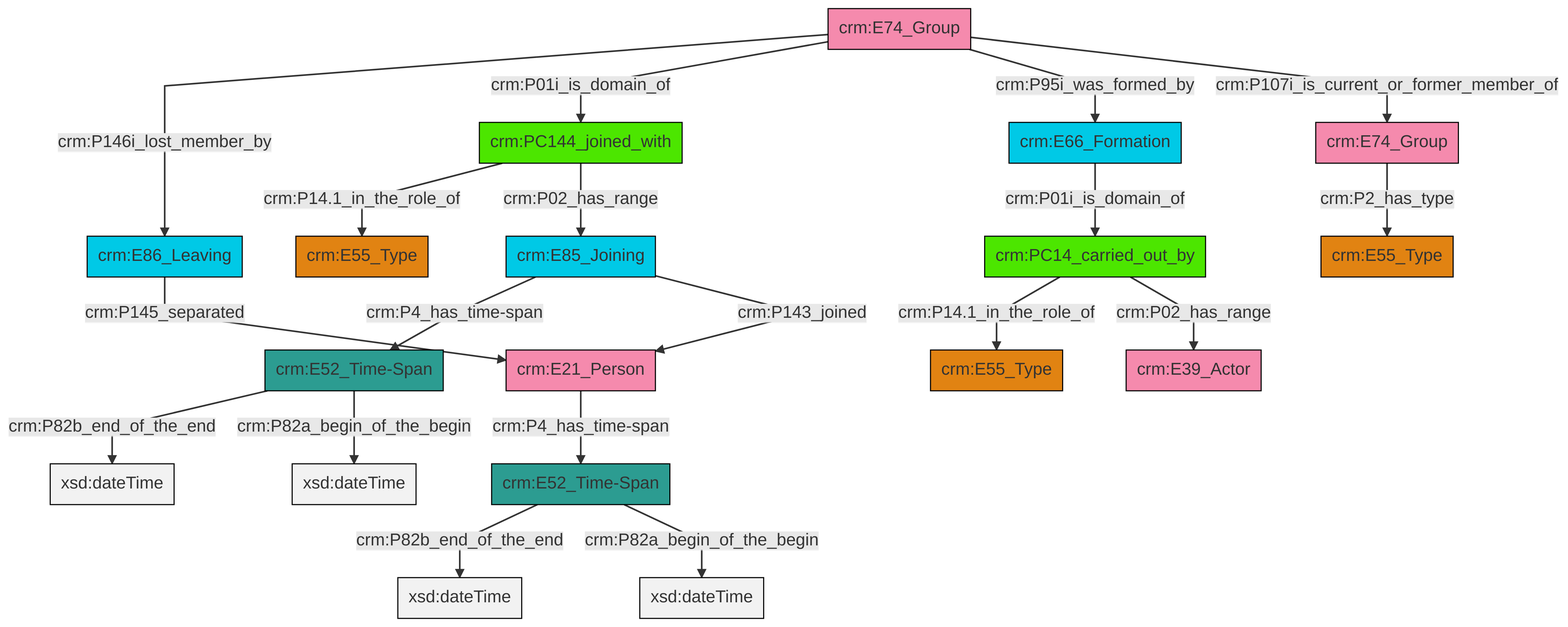
swiss-art-research-net/docs.swissartresearch keeps this Mermaid diagram as et/groupCSV/ttl/mmd/png/group_actor_relations.png. Above is the earlier version. Its source is kept beside it as et/groupCSV/ttl/mmd/group_actor_relations.ttl.mmd.
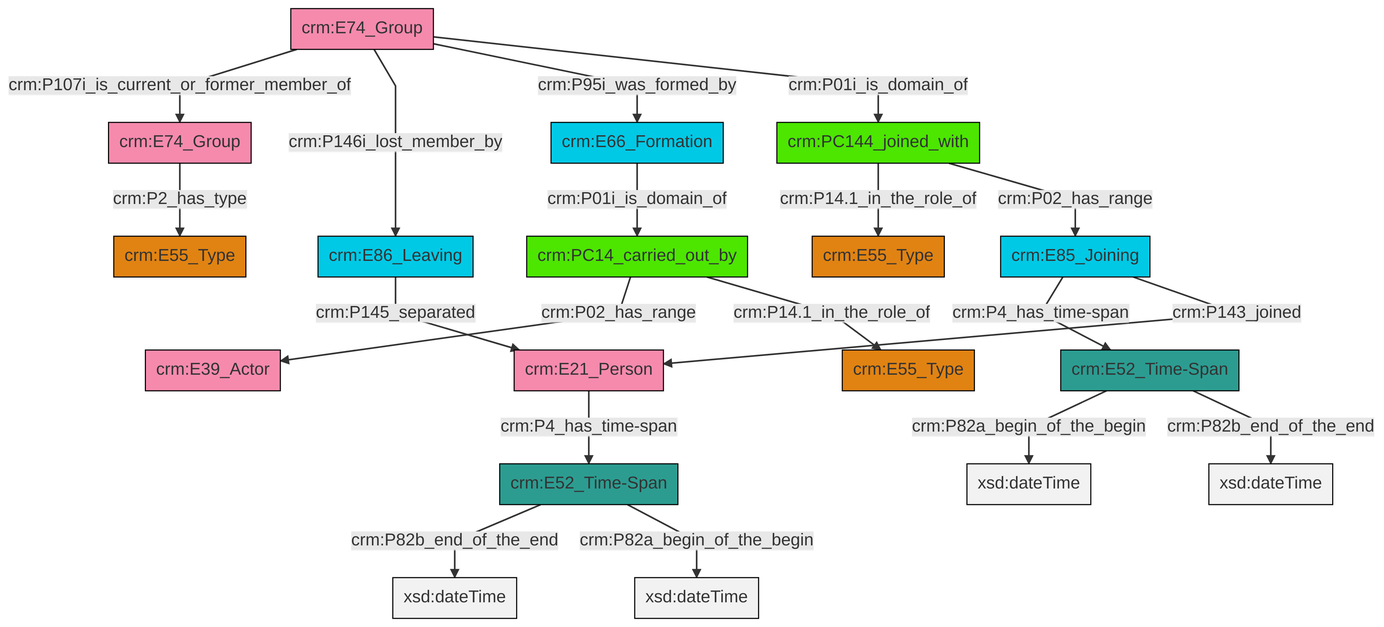
Later version of the same file.

The edit, as a diff of the source:
```diff
@@ -13,21 +13,21 @@
 classDef PC_Classes fill:#4ce600, stroke:#000000;
 classDef Multi fill:#cccccc,stroke:#000000;
 
-2["crm:E52_Time-Span"]:::Time-Span -->|crm:P82b_end_of_the_end| 3[xsd:dateTime]:::Literal
-4["crm:E86_Leaving"]:::Temporal_Entity -->|crm:P145_separated| 5["crm:E21_Person"]:::Actor
-10["crm:E66_Formation"]:::Temporal_Entity -->|crm:P01i_is_domain_of| 8["crm:PC14_carried_out_by"]:::PC_Classes
-8["crm:PC14_carried_out_by"]:::PC_Classes -->|crm:P14.1_in_the_role_of| 11["crm:E55_Type"]:::Type
-6["crm:E74_Group"]:::Actor -->|crm:P146i_lost_member_by| 4["crm:E86_Leaving"]:::Temporal_Entity
-8["crm:PC14_carried_out_by"]:::PC_Classes -->|crm:P02_has_range| 13["crm:E39_Actor"]:::Actor
-15["crm:PC144_joined_with"]:::PC_Classes -->|crm:P14.1_in_the_role_of| 16["crm:E55_Type"]:::Type
-15["crm:PC144_joined_with"]:::PC_Classes -->|crm:P02_has_range| 17["crm:E85_Joining"]:::Temporal_Entity
-17["crm:E85_Joining"]:::Temporal_Entity -->|crm:P4_has_time-span| 2["crm:E52_Time-Span"]:::Time-Span
-6["crm:E74_Group"]:::Actor -->|crm:P01i_is_domain_of| 15["crm:PC144_joined_with"]:::PC_Classes
-20["crm:E52_Time-Span"]:::Time-Span -->|crm:P82b_end_of_the_end| 21[xsd:dateTime]:::Literal
-6["crm:E74_Group"]:::Actor -->|crm:P95i_was_formed_by| 10["crm:E66_Formation"]:::Temporal_Entity
-0["crm:E74_Group"]:::Actor -->|crm:P2_has_type| 28["crm:E55_Type"]:::Type
-5["crm:E21_Person"]:::Actor -->|crm:P4_has_time-span| 20["crm:E52_Time-Span"]:::Time-Span
-2["crm:E52_Time-Span"]:::Time-Span -->|crm:P82a_begin_of_the_begin| 29[xsd:dateTime]:::Literal
-20["crm:E52_Time-Span"]:::Time-Span -->|crm:P82a_begin_of_the_begin| 31[xsd:dateTime]:::Literal
-6["crm:E74_Group"]:::Actor -->|crm:P107i_is_current_or_former_member_of| 0["crm:E74_Group"]:::Actor
-17["crm:E85_Joining"]:::Temporal_Entity -->|crm:P143_joined| 5["crm:E21_Person"]:::Actor
+2["crm:PC144_joined_with"]:::PC_Classes -->|crm:P14.1_in_the_role_of| 3["crm:E55_Type"]:::Type
+7["crm:E66_Formation"]:::Temporal_Entity -->|crm:P01i_is_domain_of| 8["crm:PC14_carried_out_by"]:::PC_Classes
+12["crm:E74_Group"]:::Actor -->|crm:P107i_is_current_or_former_member_of| 4["crm:E74_Group"]:::Actor
+16["crm:E52_Time-Span"]:::Time-Span -->|crm:P82a_begin_of_the_begin| 17[xsd:dateTime]:::Literal
+18["crm:E21_Person"]:::Actor -->|crm:P4_has_time-span| 19["crm:E52_Time-Span"]:::Time-Span
+20["crm:E85_Joining"]:::Temporal_Entity -->|crm:P4_has_time-span| 16["crm:E52_Time-Span"]:::Time-Span
+16["crm:E52_Time-Span"]:::Time-Span -->|crm:P82b_end_of_the_end| 26[xsd:dateTime]:::Literal
+19["crm:E52_Time-Span"]:::Time-Span -->|crm:P82b_end_of_the_end| 27[xsd:dateTime]:::Literal
+8["crm:PC14_carried_out_by"]:::PC_Classes -->|crm:P02_has_range| 14["crm:E39_Actor"]:::Actor
+12["crm:E74_Group"]:::Actor -->|crm:P146i_lost_member_by| 9["crm:E86_Leaving"]:::Temporal_Entity
+12["crm:E74_Group"]:::Actor -->|crm:P95i_was_formed_by| 7["crm:E66_Formation"]:::Temporal_Entity
+9["crm:E86_Leaving"]:::Temporal_Entity -->|crm:P145_separated| 18["crm:E21_Person"]:::Actor
+12["crm:E74_Group"]:::Actor -->|crm:P01i_is_domain_of| 2["crm:PC144_joined_with"]:::PC_Classes
+20["crm:E85_Joining"]:::Temporal_Entity -->|crm:P143_joined| 18["crm:E21_Person"]:::Actor
+4["crm:E74_Group"]:::Actor -->|crm:P2_has_type| 0["crm:E55_Type"]:::Type
+19["crm:E52_Time-Span"]:::Time-Span -->|crm:P82a_begin_of_the_begin| 34[xsd:dateTime]:::Literal
+8["crm:PC14_carried_out_by"]:::PC_Classes -->|crm:P14.1_in_the_role_of| 21["crm:E55_Type"]:::Type
+2["crm:PC144_joined_with"]:::PC_Classes -->|crm:P02_has_range| 20["crm:E85_Joining"]:::Temporal_Entity
```
